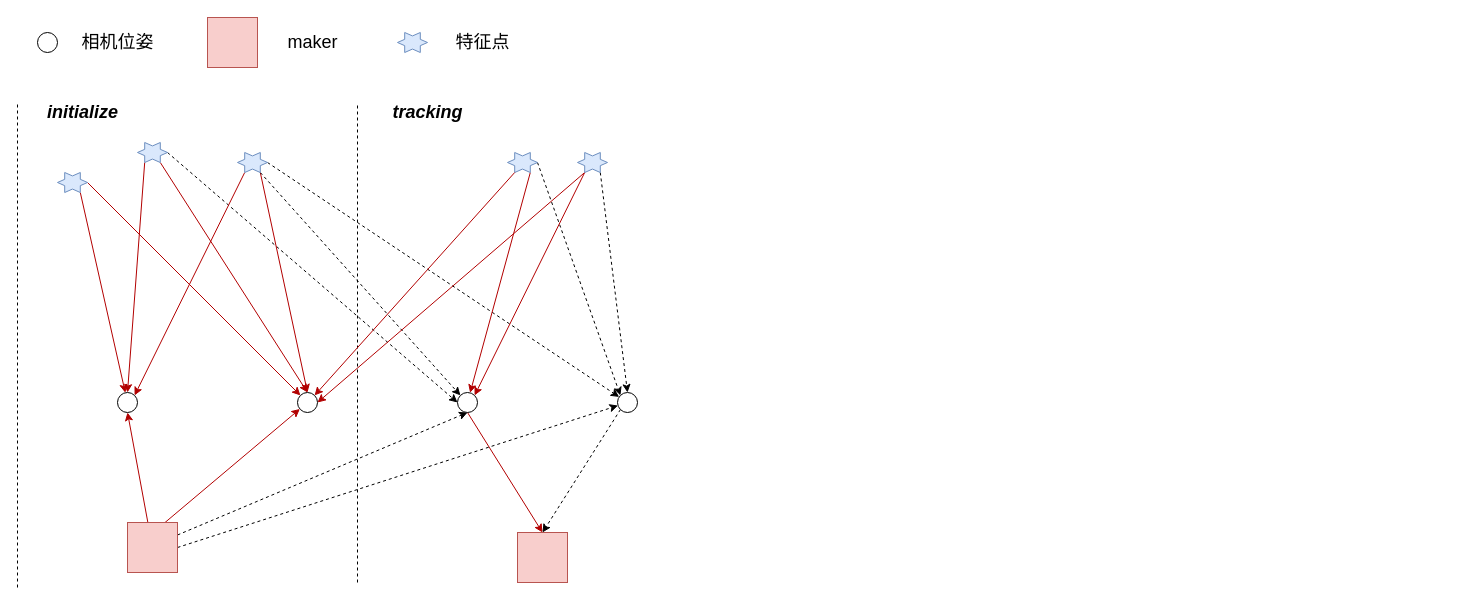
Earlier version of the draw.io diagram page "Page-1" (1 of 4) of uco-slam.drawio (younguper/VNOTE). Source tidied: cells renumbered, new cells numbered last; positions are measured from the earlier drawing's top-left corner, leaving out a move shared by most shapes. Both pictures are drawn from the tidied source at 100%, with x=0, y=0 at pixel (17, 17).
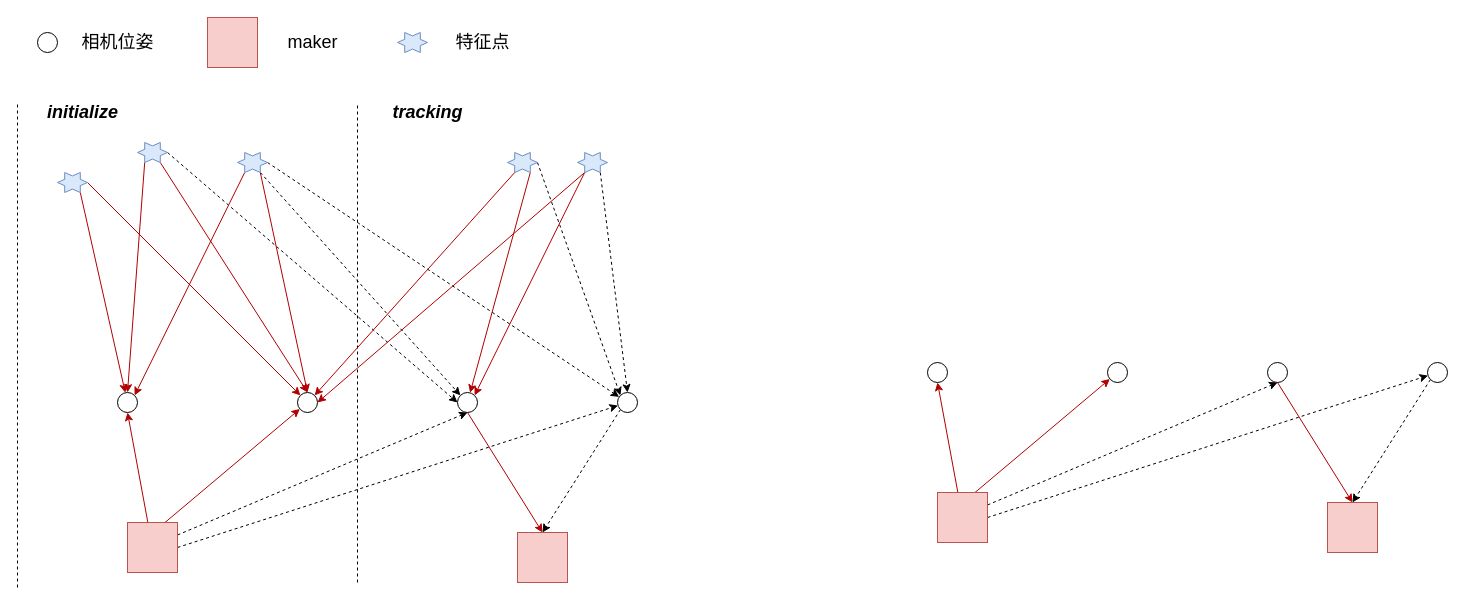
The same diagram, later.

The edit, as a diff of the source:
```diff
@@
+    <mxCell id="44" style="rounded=0;jettySize=auto;html=1;exitX=0.75;exitY=0;exitDx=0;exitDy=0;fillColor=#e51400;strokeColor=#B20000;" parent="1" edge="1" source="48" target="50">
+      <mxGeometry relative="1" as="geometry" />
+    </mxCell>
+    <mxCell id="45" style="edgeStyle=none;rounded=0;jettySize=auto;html=1;entryX=0.5;entryY=1;entryDx=0;entryDy=0;fillColor=#e51400;strokeColor=#B20000;" parent="1" edge="1" source="48" target="49">
+      <mxGeometry relative="1" as="geometry" />
+    </mxCell>
+    <mxCell id="46" style="edgeStyle=none;rounded=0;jettySize=auto;html=1;exitX=1;exitY=0.25;exitDx=0;exitDy=0;entryX=0.5;entryY=1;entryDx=0;entryDy=0;dashed=1;fillColor=#e51400;" parent="1" edge="1" source="48" target="52">
+      <mxGeometry relative="1" as="geometry" />
+    </mxCell>
+    <mxCell id="47" style="edgeStyle=none;rounded=0;jettySize=auto;html=1;exitX=1;exitY=0.5;exitDx=0;exitDy=0;dashed=1;strokeColor=#000000;fontFamily=Helvetica;" parent="1" edge="1" source="48" target="54">
+      <mxGeometry relative="1" as="geometry" />
+    </mxCell>
+    <mxCell id="48" style="whiteSpace=wrap;html=1;fillColor=#f8cecc;strokeColor=#b85450;" parent="1" vertex="1">
+      <mxGeometry x="920" y="475" width="50" height="50" as="geometry" />
+    </mxCell>
+    <mxCell id="49" style="ellipse;whiteSpace=wrap;html=1;" parent="1" vertex="1">
+      <mxGeometry x="910" y="345" width="20" height="20" as="geometry" />
+    </mxCell>
+    <mxCell id="50" style="ellipse;whiteSpace=wrap;html=1;" parent="1" vertex="1">
+      <mxGeometry x="1090" y="345" width="20" height="20" as="geometry" />
+    </mxCell>
+    <mxCell id="51" style="edgeStyle=none;rounded=0;jettySize=auto;html=1;exitX=0.5;exitY=1;exitDx=0;exitDy=0;entryX=0.5;entryY=0;entryDx=0;entryDy=0;fillColor=#e51400;strokeColor=#B20000;" parent="1" edge="1" source="52" target="55">
+      <mxGeometry relative="1" as="geometry" />
+    </mxCell>
+    <mxCell id="52" style="ellipse;whiteSpace=wrap;html=1;" parent="1" vertex="1">
+      <mxGeometry x="1250" y="345" width="20" height="20" as="geometry" />
+    </mxCell>
+    <mxCell id="53" style="edgeStyle=none;rounded=0;jettySize=auto;html=1;exitX=0;exitY=1;exitDx=0;exitDy=0;entryX=0.5;entryY=0;entryDx=0;entryDy=0;dashed=1;strokeColor=#000000;fontFamily=Helvetica;" parent="1" edge="1" source="54" target="55">
+      <mxGeometry relative="1" as="geometry" />
+    </mxCell>
+    <mxCell id="54" style="ellipse;whiteSpace=wrap;html=1;" parent="1" vertex="1">
+      <mxGeometry x="1410" y="345" width="20" height="20" as="geometry" />
+    </mxCell>
+    <mxCell id="55" style="whiteSpace=wrap;html=1;fillColor=#f8cecc;strokeColor=#b85450;" parent="1" vertex="1">
+      <mxGeometry x="1310" y="485" width="50" height="50" as="geometry" />
+    </mxCell>
```
